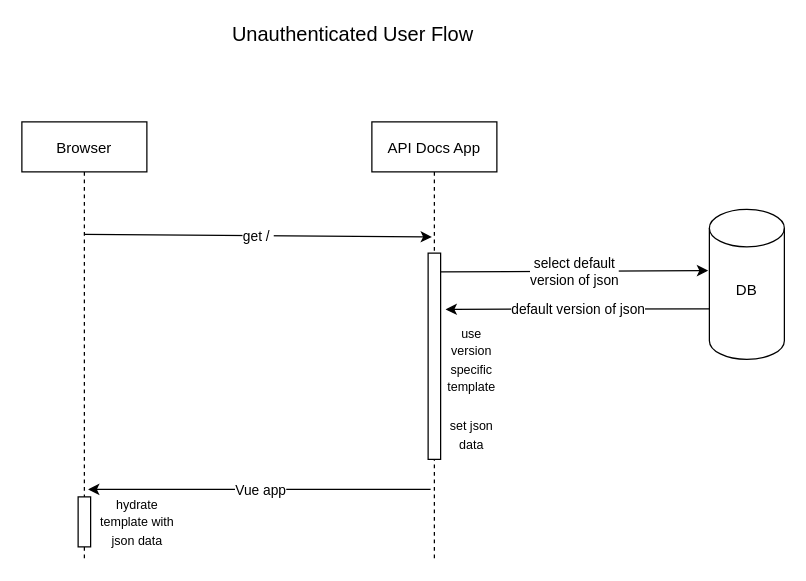
The draw.io diagram ReChargeApiDocs/Unauthenticated User Flow.drawio in alexrsunrise/diagrams, before the edit. Source tidied: cells renumbered, new cells numbered last; positions are measured from the earlier drawing's top-left corner, leaving out a move shared by most shapes. Both pictures are drawn from the tidied source at 125%, with x=0, y=0 at pixel (21, 21).
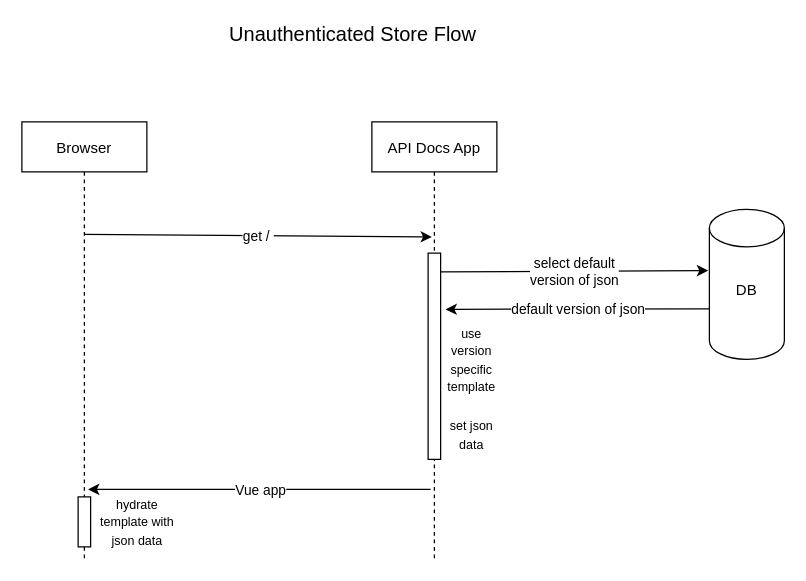
After the change.

The edit, as a diff of the source:
```diff
@@
-    <mxCell id="6" value="&lt;font size=&quot;3&quot;&gt;Unauthenticated User Flow&lt;/font&gt;" style="text;html=1;strokeColor=none;fillColor=none;align=center;verticalAlign=middle;whiteSpace=wrap;rounded=0;" parent="1" vertex="1">
+    <mxCell id="6" value="&lt;font size=&quot;3&quot;&gt;Unauthenticated Store Flow&lt;/font&gt;" style="text;html=1;strokeColor=none;fillColor=none;align=center;verticalAlign=middle;whiteSpace=wrap;rounded=0;" parent="1" vertex="1">
       <mxGeometry x="140" width="250" height="20" as="geometry" />
     </mxCell>
```
